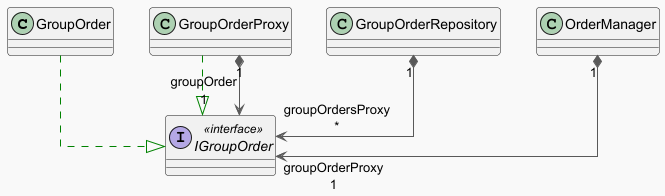
Earlier version of the PlantUML export doc/diagram/design_pattern/proxy/groupOrder_proxy_design_pattern_diagram.png (BaptisteLacroix/STE-24-25--teamj). Its diagram source:
```plantuml
@startuml
!theme mars
top to bottom direction
skinparam linetype ortho

class GroupOrder {
}
class GroupOrderProxy {}
class GroupOrderRepository {
}
interface IGroupOrder << interface >> {
}
class OrderManager {
}

GroupOrder                 -[#008200,dashed]-^  IGroupOrder
GroupOrderProxy            -[#008200,dashed]-^  IGroupOrder
GroupOrderProxy           "1" *-[#595959,plain]-> "groupOrder\n1" IGroupOrder
GroupOrderRepository      "1" *-[#595959,plain]-> "groupOrdersProxy\n*" IGroupOrder
OrderManager              "1" *-[#595959,plain]-> "groupOrderProxy\n1" IGroupOrder

@enduml
```
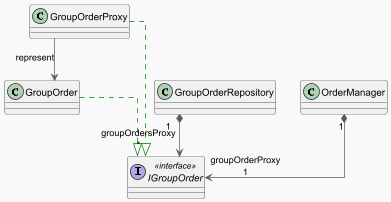
After the commit.

Commit message:
docs: changing relations for proxy to respect design pattern. #00

What changed in the source:
```diff
@@ -15,7 +15,7 @@
 
 GroupOrder                 -[#008200,dashed]-^  IGroupOrder
 GroupOrderProxy            -[#008200,dashed]-^  IGroupOrder
-GroupOrderProxy           "1" *-[#595959,plain]-> "groupOrder\n1" IGroupOrder
+GroupOrderProxy           -[#595959,plain]-> "represent\n"  GroupOrder
 GroupOrderRepository      "1" *-[#595959,plain]-> "groupOrdersProxy\n*" IGroupOrder
 OrderManager              "1" *-[#595959,plain]-> "groupOrderProxy\n1" IGroupOrder
 
```
